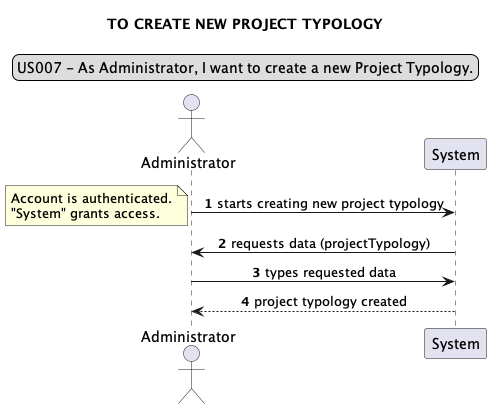
The PlantUML diagram docs/requirements_gathering/system_sequence_diagrams/sprint02/SSD007-TO_CREATE_NEW_PROJECT_TYPOLOGY.png in Loracline/project_switch_22-23, before a commit. The source it was exported from:
```plantuml
@startuml
legend top
US007 - As Administrator, I want to create a new Project Typology.
end legend
skinparam sequenceMessageAlign center
title TO CREATE NEW PROJECT TYPOLOGY
actor Administrator
autonumber
Administrator -> "System": starts creating new project typology
note left
Account is authenticated.
"System" grants access.
end note
System -> "Administrator": requests data (projectTypology)
Administrator -> "System": types requested data
Administrator <-- "System":project typology created
@enduml
```
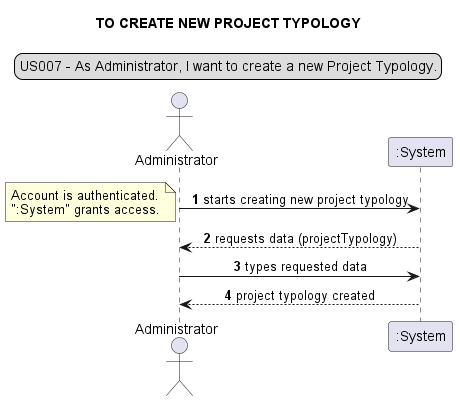
After the commit.

Commit message:
US 007 : Design : Correction of system sequence diagram

What changed in the source:
```diff
@@ -6,12 +6,12 @@
 title TO CREATE NEW PROJECT TYPOLOGY
 actor Administrator
 autonumber
-Administrator -> "System": starts creating new project typology
+Administrator -> ":System": starts creating new project typology
 note left
 Account is authenticated.
-"System" grants access.
+":System" grants access.
 end note
-System -> "Administrator": requests data (projectTypology)
-Administrator -> "System": types requested data
-Administrator <-- "System":project typology created
+":System" --> "Administrator": requests data (projectTypology)
+Administrator -> ":System": types requested data
+Administrator <-- ":System":project typology created
 @enduml
```
